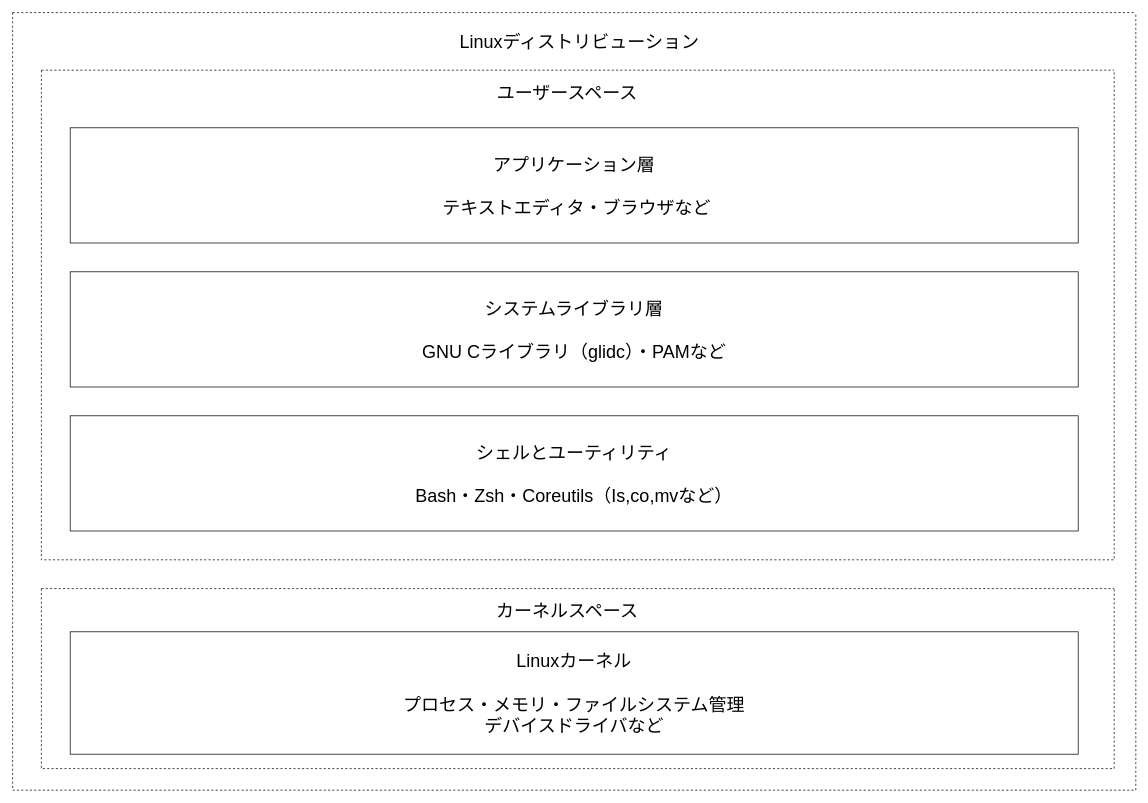
This is Linux/distribution.drawio from kei615ykhm/learning-record, a draw.io file, before an edit. Source tidied: cells renumbered, new cells numbered last; positions are measured from the earlier drawing's top-left corner, leaving out a move shared by most shapes. Both pictures are drawn from the tidied source at 72%, with x=0, y=0 at pixel (12, 12).
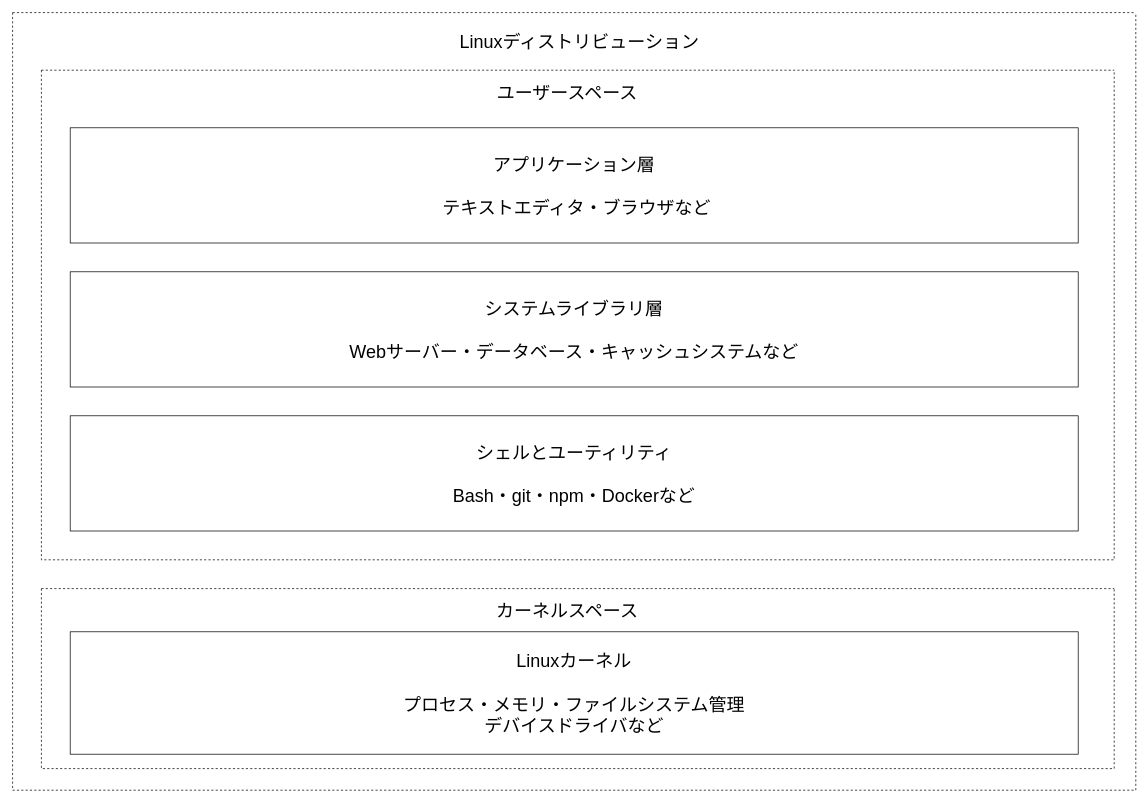
After the change.

Commit message:
Web開発における構成に変更

Diff of the diagram source:
```diff
@@
 <mxGraphModel>
   <root>
     <mxCell id="0" />
     <mxCell id="1" parent="0" />
     <mxCell id="2" style="swimlane;startSize=0;dashed=1;" parent="1" vertex="1">
       <mxGeometry width="1560" height="1080" as="geometry" />
     </mxCell>
     <mxCell id="3" value="Linuxディストリビューション" style="text;html=1;align=center;verticalAlign=middle;strokeColor=none;fillColor=none;fontSize=25;" parent="2" vertex="1">
       <mxGeometry x="607" y="20" width="360" height="40" as="geometry" />
     </mxCell>
     <mxCell id="4" style="swimlane;startSize=0;dashed=1;fontSize=25;" parent="2" vertex="1">
       <mxGeometry x="40" y="80" width="1490" height="680" as="geometry" />
     </mxCell>
     <mxCell id="5" value="ユーザースペース" style="text;html=1;align=center;verticalAlign=middle;strokeColor=none;fillColor=none;fontSize=25;" parent="4" vertex="1">
       <mxGeometry x="620" y="10" width="220" height="40" as="geometry" />
     </mxCell>
     <mxCell id="6" value="アプリケーション層&lt;br&gt;&lt;br&gt;&amp;nbsp;テキストエディタ・ブラウザなど" style="rounded=0;whiteSpace=wrap;html=1;fontSize=25;" parent="4" vertex="1">
       <mxGeometry x="40" y="80" width="1400" height="160" as="geometry" />
     </mxCell>
-    <mxCell id="7" value="システムライブラリ層&lt;br&gt;&lt;br&gt;GNU Cライブラリ（glidc）・PAMなど" style="rounded=0;whiteSpace=wrap;html=1;fontSize=25;" parent="4" vertex="1">
+    <mxCell id="7" value="システムライブラリ層&lt;br&gt;&lt;br&gt;Webサーバー・データベース・キャッシュシステムなど" style="rounded=0;whiteSpace=wrap;html=1;fontSize=25;" parent="4" vertex="1">
       <mxGeometry x="40" y="280" width="1400" height="160" as="geometry" />
     </mxCell>
-    <mxCell id="8" value="シェルとユーティリティ&lt;br&gt;&lt;br&gt;Bash・Zsh・Coreutils（Is,co,mvなど）" style="rounded=0;whiteSpace=wrap;html=1;fontSize=25;" parent="4" vertex="1">
+    <mxCell id="8" value="シェルとユーティリティ&lt;br&gt;&lt;br&gt;Bash・git・npm・Dockerなど" style="rounded=0;whiteSpace=wrap;html=1;fontSize=25;" parent="4" vertex="1">
       <mxGeometry x="40" y="480" width="1400" height="160" as="geometry" />
     </mxCell>
     <mxCell id="9" style="swimlane;startSize=0;dashed=1;fontSize=25;" parent="2" vertex="1">
       <mxGeometry x="40" y="800" width="1490" height="250" as="geometry" />
     </mxCell>
     <mxCell id="10" value="カーネルスペース" style="text;html=1;align=center;verticalAlign=middle;strokeColor=none;fillColor=none;fontSize=25;" parent="9" vertex="1">
       <mxGeometry x="620" y="10" width="220" height="40" as="geometry" />
     </mxCell>
     <mxCell id="11" value="Linuxカーネル&lt;br&gt;&lt;br&gt;プロセス・メモリ・ファイルシステム管理&lt;br&gt;デバイスドライバなど" style="rounded=0;whiteSpace=wrap;html=1;fontSize=25;" parent="9" vertex="1">
       <mxGeometry x="40" y="60" width="1400" height="170" as="geometry" />
     </mxCell>
   </root>
 </mxGraphModel>
```
